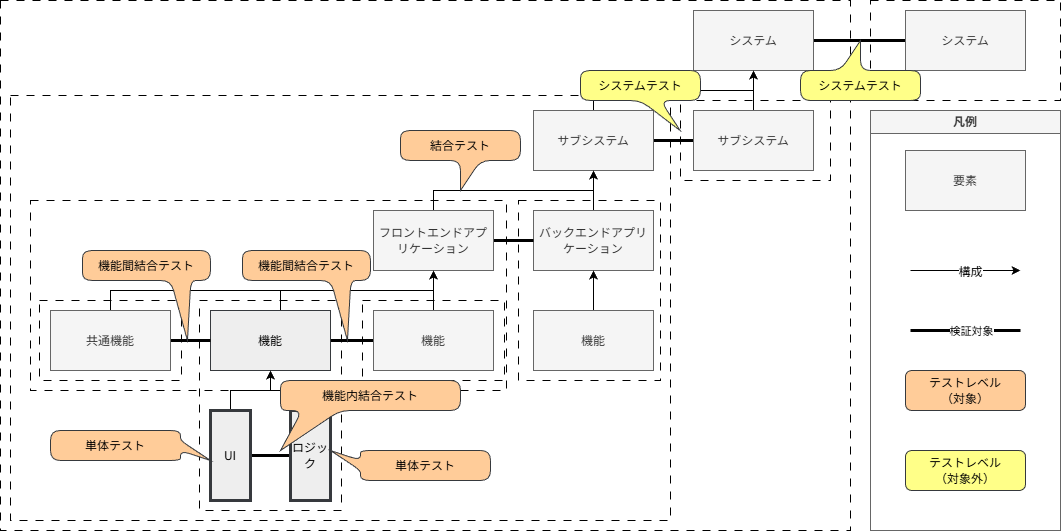
The draw.io diagram documents/contents/images/app-architecture/client-side-rendering/test-structure-overview-light.png in AlesInfiny/maris, before a commit. Source tidied: cells renumbered, new cells last; positions are measured from the earlier drawing's top-left corner, leaving out a move shared by most shapes. Source of this version:
```xml
<mxGraphModel>
  <root>
    <mxCell id="0" />
    <mxCell id="1" parent="0" />
    <mxCell id="2" style="rounded=0;whiteSpace=wrap;html=1;dashed=1;dashPattern=8 8;fontFamily=Noto Sans JP;fillColor=none;" parent="1" vertex="1">
      <mxGeometry x="30" y="200" width="476" height="190" as="geometry" />
    </mxCell>
    <mxCell id="3" style="rounded=0;whiteSpace=wrap;html=1;dashed=1;dashPattern=8 8;fontFamily=Noto Sans JP;fillColor=none;" parent="1" vertex="1">
      <mxGeometry width="850" height="530" as="geometry" />
    </mxCell>
    <mxCell id="4" style="rounded=0;whiteSpace=wrap;html=1;dashed=1;dashPattern=8 8;fontFamily=Noto Sans JP;fillColor=none;" parent="1" vertex="1">
      <mxGeometry x="10" y="95" width="660" height="425" as="geometry" />
    </mxCell>
    <mxCell id="5" style="rounded=0;whiteSpace=wrap;html=1;dashed=1;dashPattern=8 8;fontFamily=Noto Sans JP;fillColor=none;" parent="1" vertex="1">
      <mxGeometry x="39" y="300" width="142" height="80" as="geometry" />
    </mxCell>
    <mxCell id="6" style="rounded=0;whiteSpace=wrap;html=1;dashed=1;dashPattern=8 8;fontFamily=Noto Sans JP;fillColor=none;" parent="1" vertex="1">
      <mxGeometry x="199" y="300" width="142" height="210" as="geometry" />
    </mxCell>
    <mxCell id="7" style="rounded=0;whiteSpace=wrap;html=1;dashed=1;dashPattern=8 8;fontFamily=Noto Sans JP;fillColor=none;" parent="1" vertex="1">
      <mxGeometry x="362" y="300" width="142" height="80" as="geometry" />
    </mxCell>
    <mxCell id="8" style="rounded=0;whiteSpace=wrap;html=1;dashed=1;dashPattern=8 8;fontFamily=Noto Sans JP;fillColor=none;" parent="1" vertex="1">
      <mxGeometry x="518" y="200" width="142" height="180" as="geometry" />
    </mxCell>
    <mxCell id="9" style="rounded=0;whiteSpace=wrap;html=1;dashed=1;dashPattern=8 8;fontFamily=Noto Sans JP;fillColor=none;" parent="1" vertex="1">
      <mxGeometry x="680" y="100" width="150" height="80" as="geometry" />
    </mxCell>
    <mxCell id="10" style="rounded=0;whiteSpace=wrap;html=1;dashed=1;dashPattern=8 8;fontFamily=Noto Sans JP;fillColor=none;" parent="1" vertex="1">
      <mxGeometry x="870" width="190" height="100" as="geometry" />
    </mxCell>
    <mxCell id="11" style="edgeStyle=orthogonalEdgeStyle;rounded=0;jettySize=auto;html=1;strokeWidth=3;endArrow=none;endFill=0;" parent="1" edge="1" source="12" target="31">
      <mxGeometry relative="1" as="geometry" />
    </mxCell>
    <mxCell id="12" value="&lt;font face=&quot;Noto Sans JP&quot;&gt;システム&lt;/font&gt;" style="rounded=0;whiteSpace=wrap;html=1;fillColor=#f5f5f5;fontColor=#333333;strokeColor=#666666;" parent="1" vertex="1">
      <mxGeometry x="693" y="10" width="120" height="60" as="geometry" />
    </mxCell>
    <mxCell id="13" style="edgeStyle=orthogonalEdgeStyle;rounded=0;jettySize=auto;html=1;exitX=0.5;exitY=0;exitDx=0;exitDy=0;" parent="1" edge="1" source="15">
      <mxGeometry relative="1" as="geometry">
        <mxPoint x="753" y="70" as="targetPoint" />
        <Array as="points">
          <mxPoint x="593" y="90" />
          <mxPoint x="753" y="90" />
        </Array>
      </mxGeometry>
    </mxCell>
    <mxCell id="14" style="edgeStyle=orthogonalEdgeStyle;rounded=0;jettySize=auto;html=1;strokeWidth=3;endArrow=none;endFill=0;" parent="1" edge="1" source="15" target="17">
      <mxGeometry relative="1" as="geometry" />
    </mxCell>
    <mxCell id="15" value="&lt;font face=&quot;Noto Sans JP&quot;&gt;サブシステム&lt;/font&gt;" style="rounded=0;whiteSpace=wrap;html=1;fillColor=#f5f5f5;fontColor=#333333;strokeColor=#666666;" parent="1" vertex="1">
      <mxGeometry x="533" y="110" width="120" height="60" as="geometry" />
    </mxCell>
    <mxCell id="16" style="edgeStyle=orthogonalEdgeStyle;rounded=0;jettySize=auto;html=1;" parent="1" edge="1" source="17">
      <mxGeometry relative="1" as="geometry">
        <mxPoint x="753" y="70" as="targetPoint" />
      </mxGeometry>
    </mxCell>
    <mxCell id="17" value="&lt;font face=&quot;Noto Sans JP&quot;&gt;サブシステム&lt;/font&gt;" style="rounded=0;whiteSpace=wrap;html=1;fillColor=#f5f5f5;fontColor=#333333;strokeColor=#666666;" parent="1" vertex="1">
      <mxGeometry x="693" y="110" width="120" height="60" as="geometry" />
    </mxCell>
    <mxCell id="18" style="edgeStyle=orthogonalEdgeStyle;rounded=0;jettySize=auto;html=1;" parent="1" edge="1" source="19">
      <mxGeometry relative="1" as="geometry">
        <mxPoint x="593" y="170" as="targetPoint" />
      </mxGeometry>
    </mxCell>
    <mxCell id="19" value="&lt;font face=&quot;Noto Sans JP&quot;&gt;バックエンドアプリケーション&lt;/font&gt;" style="rounded=0;whiteSpace=wrap;html=1;fillColor=#f5f5f5;fontColor=#333333;strokeColor=#666666;" parent="1" vertex="1">
      <mxGeometry x="533" y="210" width="120" height="60" as="geometry" />
    </mxCell>
    <mxCell id="20" style="edgeStyle=orthogonalEdgeStyle;rounded=0;jettySize=auto;html=1;entryX=0.5;entryY=1;entryDx=0;entryDy=0;" parent="1" edge="1" source="22" target="15">
      <mxGeometry relative="1" as="geometry">
        <Array as="points">
          <mxPoint x="433" y="190" />
          <mxPoint x="593" y="190" />
        </Array>
      </mxGeometry>
    </mxCell>
    <mxCell id="21" style="edgeStyle=orthogonalEdgeStyle;rounded=0;jettySize=auto;html=1;strokeWidth=3;endArrow=none;endFill=0;" parent="1" edge="1" source="22" target="19">
      <mxGeometry relative="1" as="geometry" />
    </mxCell>
    <mxCell id="22" value="&lt;font face=&quot;Noto Sans JP&quot;&gt;フロントエンドアプリケーション&lt;/font&gt;" style="rounded=0;whiteSpace=wrap;html=1;fillColor=#f5f5f5;fontColor=#333333;strokeColor=#666666;" parent="1" vertex="1">
      <mxGeometry x="373" y="210" width="120" height="60" as="geometry" />
    </mxCell>
    <mxCell id="23" style="edgeStyle=orthogonalEdgeStyle;rounded=0;jettySize=auto;html=1;exitX=0.5;exitY=0;exitDx=0;exitDy=0;" parent="1" edge="1" source="25">
      <mxGeometry relative="1" as="geometry">
        <mxPoint x="433" y="270" as="targetPoint" />
        <Array as="points">
          <mxPoint x="280" y="290" />
          <mxPoint x="433" y="290" />
        </Array>
      </mxGeometry>
    </mxCell>
    <mxCell id="24" style="edgeStyle=orthogonalEdgeStyle;rounded=0;jettySize=auto;html=1;endArrow=none;endFill=0;strokeWidth=3;" parent="1" edge="1" source="25" target="27">
      <mxGeometry relative="1" as="geometry" />
    </mxCell>
    <mxCell id="25" value="&lt;font face=&quot;Noto Sans JP&quot;&gt;機能&lt;/font&gt;" style="rounded=0;whiteSpace=wrap;html=1;fillColor=#eeeeee;strokeColor=#36393d;strokeWidth=1;" parent="1" vertex="1">
      <mxGeometry x="210" y="310" width="120" height="60" as="geometry" />
    </mxCell>
    <mxCell id="26" style="edgeStyle=orthogonalEdgeStyle;rounded=0;jettySize=auto;html=1;entryX=0.5;entryY=1;entryDx=0;entryDy=0;" parent="1" edge="1" source="27" target="22">
      <mxGeometry relative="1" as="geometry" />
    </mxCell>
    <mxCell id="27" value="&lt;font face=&quot;Noto Sans JP&quot;&gt;機能&lt;/font&gt;" style="rounded=0;whiteSpace=wrap;html=1;fillColor=#f5f5f5;fontColor=#333333;strokeColor=#666666;" parent="1" vertex="1">
      <mxGeometry x="373" y="310" width="120" height="60" as="geometry" />
    </mxCell>
    <mxCell id="28" style="edgeStyle=orthogonalEdgeStyle;rounded=0;jettySize=auto;html=1;entryX=0.5;entryY=1;entryDx=0;entryDy=0;exitX=0.5;exitY=0;exitDx=0;exitDy=0;" parent="1" edge="1" source="30" target="22">
      <mxGeometry relative="1" as="geometry">
        <Array as="points">
          <mxPoint x="110" y="290" />
          <mxPoint x="433" y="290" />
        </Array>
      </mxGeometry>
    </mxCell>
    <mxCell id="29" style="edgeStyle=orthogonalEdgeStyle;rounded=0;jettySize=auto;html=1;strokeWidth=3;endArrow=none;endFill=0;" parent="1" edge="1" source="30" target="25">
      <mxGeometry relative="1" as="geometry" />
    </mxCell>
    <mxCell id="30" value="&lt;font face=&quot;Noto Sans JP&quot;&gt;共通機能&lt;/font&gt;" style="rounded=0;whiteSpace=wrap;html=1;fillColor=#f5f5f5;fontColor=#333333;strokeColor=#666666;" parent="1" vertex="1">
      <mxGeometry x="50" y="310" width="120" height="60" as="geometry" />
    </mxCell>
    <mxCell id="31" value="&lt;font face=&quot;Noto Sans JP&quot;&gt;システム&lt;/font&gt;" style="rounded=0;whiteSpace=wrap;html=1;fillColor=#f5f5f5;fontColor=#333333;strokeColor=#666666;" parent="1" vertex="1">
      <mxGeometry x="905" y="10" width="120" height="60" as="geometry" />
    </mxCell>
    <mxCell id="32" style="edgeStyle=orthogonalEdgeStyle;rounded=0;jettySize=auto;html=1;entryX=0.5;entryY=1;entryDx=0;entryDy=0;" parent="1" edge="1" source="33" target="19">
      <mxGeometry relative="1" as="geometry" />
    </mxCell>
    <mxCell id="33" value="&lt;font face=&quot;Noto Sans JP&quot;&gt;機能&lt;/font&gt;" style="rounded=0;whiteSpace=wrap;html=1;fillColor=#f5f5f5;fontColor=#333333;strokeColor=#666666;" parent="1" vertex="1">
      <mxGeometry x="533" y="310" width="120" height="60" as="geometry" />
    </mxCell>
    <mxCell id="34" value="結合テスト" style="shape=callout;whiteSpace=wrap;html=1;perimeter=calloutPerimeter;fillColor=#ffcc99;strokeColor=#36393d;fontFamily=Noto Sans JP;rounded=1;" parent="1" vertex="1">
      <mxGeometry x="400" y="130" width="120" height="60" as="geometry" />
    </mxCell>
    <mxCell id="35" value="機能間結合テスト" style="shape=callout;whiteSpace=wrap;html=1;perimeter=calloutPerimeter;fillColor=#ffcc99;strokeColor=#36393d;fontFamily=Noto Sans JP;position2=0.82;base=20;size=60;position=0.69;rounded=1;" parent="1" vertex="1">
      <mxGeometry x="242" y="250" width="128" height="90" as="geometry" />
    </mxCell>
    <mxCell id="36" style="edgeStyle=orthogonalEdgeStyle;rounded=0;jettySize=auto;html=1;strokeWidth=3;endArrow=none;endFill=0;" parent="1" edge="1" source="38" target="40">
      <mxGeometry relative="1" as="geometry" />
    </mxCell>
    <mxCell id="37" style="edgeStyle=orthogonalEdgeStyle;rounded=0;jettySize=auto;html=1;entryX=0.5;entryY=1;entryDx=0;entryDy=0;" parent="1" edge="1" source="38" target="25">
      <mxGeometry relative="1" as="geometry" />
    </mxCell>
    <mxCell id="38" value="&lt;font face=&quot;Noto Sans JP&quot;&gt;UI&lt;/font&gt;" style="rounded=0;whiteSpace=wrap;html=1;fillColor=#eeeeee;strokeColor=#36393d;strokeWidth=3;" parent="1" vertex="1">
      <mxGeometry x="210" y="410" width="40" height="90" as="geometry" />
    </mxCell>
    <mxCell id="39" style="edgeStyle=orthogonalEdgeStyle;rounded=0;jettySize=auto;html=1;entryX=0.5;entryY=1;entryDx=0;entryDy=0;" parent="1" edge="1" source="40" target="25">
      <mxGeometry relative="1" as="geometry" />
    </mxCell>
    <mxCell id="40" value="&lt;font face=&quot;Noto Sans JP&quot;&gt;ロジック&lt;/font&gt;" style="rounded=0;whiteSpace=wrap;html=1;fillColor=#eeeeee;strokeColor=#36393d;strokeWidth=3;arcSize=45;" parent="1" vertex="1">
      <mxGeometry x="290" y="410" width="40" height="90" as="geometry" />
    </mxCell>
    <mxCell id="41" value="機能間結合テスト" style="shape=callout;whiteSpace=wrap;html=1;perimeter=calloutPerimeter;fillColor=#ffcc99;strokeColor=#36393d;fontFamily=Noto Sans JP;position2=0.82;base=20;size=60;position=0.69;rounded=1;" parent="1" vertex="1">
      <mxGeometry x="82" y="250" width="128" height="90" as="geometry" />
    </mxCell>
    <mxCell id="42" value="機能内結合テスト" style="shape=callout;whiteSpace=wrap;html=1;perimeter=calloutPerimeter;fillColor=#ffcc99;strokeColor=#36393d;fontFamily=Noto Sans JP;position2=0;size=40;position=0.12;base=38;rounded=1;" parent="1" vertex="1">
      <mxGeometry x="280" y="380" width="180" height="70" as="geometry" />
    </mxCell>
    <mxCell id="43" value="単体テスト" style="shape=callout;whiteSpace=wrap;html=1;perimeter=calloutPerimeter;fillColor=#ffcc99;strokeColor=#36393d;fontFamily=Noto Sans JP;position2=0;size=30;position=0.33;base=10;direction=south;rounded=1;" parent="1" vertex="1">
      <mxGeometry x="330" y="450" width="160" height="30" as="geometry" />
    </mxCell>
    <mxCell id="44" value="単体テスト" style="shape=callout;whiteSpace=wrap;html=1;perimeter=calloutPerimeter;fillColor=#ffcc99;strokeColor=#36393d;fontFamily=Noto Sans JP;position2=0;size=30;position=0.33;base=10;direction=north;rounded=1;" parent="1" vertex="1">
      <mxGeometry x="50" y="430" width="160" height="30" as="geometry" />
    </mxCell>
    <mxCell id="45" value="凡例" style="swimlane;whiteSpace=wrap;html=1;fillColor=#f5f5f5;fontColor=#333333;strokeColor=#666666;startSize=23;" parent="1" vertex="1">
      <mxGeometry x="870" y="110" width="190" height="420" as="geometry" />
    </mxCell>
    <mxCell id="46" value="&lt;font face=&quot;Noto Sans JP&quot;&gt;要素&lt;/font&gt;" style="rounded=0;whiteSpace=wrap;html=1;fillColor=#f5f5f5;fontColor=#333333;strokeColor=#666666;" parent="45" vertex="1">
      <mxGeometry x="35" y="40" width="120" height="60" as="geometry" />
    </mxCell>
    <mxCell id="47" style="endArrow=classic;html=1;rounded=0;" parent="45" edge="1">
      <mxGeometry relative="1" as="geometry">
        <mxPoint x="40" y="160" as="sourcePoint" />
        <mxPoint x="150" y="160" as="targetPoint" />
      </mxGeometry>
    </mxCell>
    <mxCell id="48" value="&lt;font face=&quot;Noto Sans JP&quot; style=&quot;font-size: 12px;&quot;&gt;構成&lt;/font&gt;" style="edgeLabel;html=1;align=center;verticalAlign=middle;" parent="47" vertex="1">
      <mxGeometry x="0.07" relative="1" as="geometry" />
    </mxCell>
    <mxCell id="49" style="endArrow=none;html=1;rounded=0;strokeWidth=3;endFill=0;" parent="45" edge="1">
      <mxGeometry relative="1" as="geometry">
        <mxPoint x="40" y="220" as="sourcePoint" />
        <mxPoint x="150" y="220" as="targetPoint" />
      </mxGeometry>
    </mxCell>
    <mxCell id="50" value="検証対象" style="edgeLabel;html=1;align=center;verticalAlign=middle;" parent="49" vertex="1">
      <mxGeometry x="0.08" relative="1" as="geometry" />
    </mxCell>
    <mxCell id="51" value="&lt;font face=&quot;Noto Sans JP&quot;&gt;テストレベル&lt;/font&gt;&lt;div&gt;&lt;font face=&quot;Noto Sans JP&quot;&gt;（対象）&lt;/font&gt;&lt;/div&gt;" style="rounded=1;whiteSpace=wrap;html=1;fillColor=#ffcc99;strokeColor=#36393d;" parent="45" vertex="1">
      <mxGeometry x="35" y="260" width="120" height="40" as="geometry" />
    </mxCell>
    <mxCell id="52" value="&lt;font face=&quot;Noto Sans JP&quot;&gt;テストレベル&lt;/font&gt;&lt;div&gt;&lt;font face=&quot;Noto Sans JP&quot;&gt;（対象外）&lt;/font&gt;&lt;/div&gt;" style="rounded=1;whiteSpace=wrap;html=1;fillColor=#ffff88;strokeColor=#36393d;" parent="45" vertex="1">
      <mxGeometry x="35" y="340" width="120" height="40" as="geometry" />
    </mxCell>
    <mxCell id="53" value="システムテスト" style="shape=callout;whiteSpace=wrap;html=1;perimeter=calloutPerimeter;fillColor=#ffff88;strokeColor=#36393d;fontFamily=Noto Sans JP;rounded=1;position2=0.83;" parent="1" vertex="1">
      <mxGeometry x="580" y="70" width="120" height="60" as="geometry" />
    </mxCell>
    <mxCell id="54" value="システムテスト" style="shape=callout;whiteSpace=wrap;html=1;perimeter=calloutPerimeter;fillColor=#ffff88;strokeColor=#36393d;fontFamily=Noto Sans JP;rounded=1;position2=0.5;direction=west;" parent="1" vertex="1">
      <mxGeometry x="800" y="40" width="120" height="60" as="geometry" />
    </mxCell>
  </root>
</mxGraphModel>
```
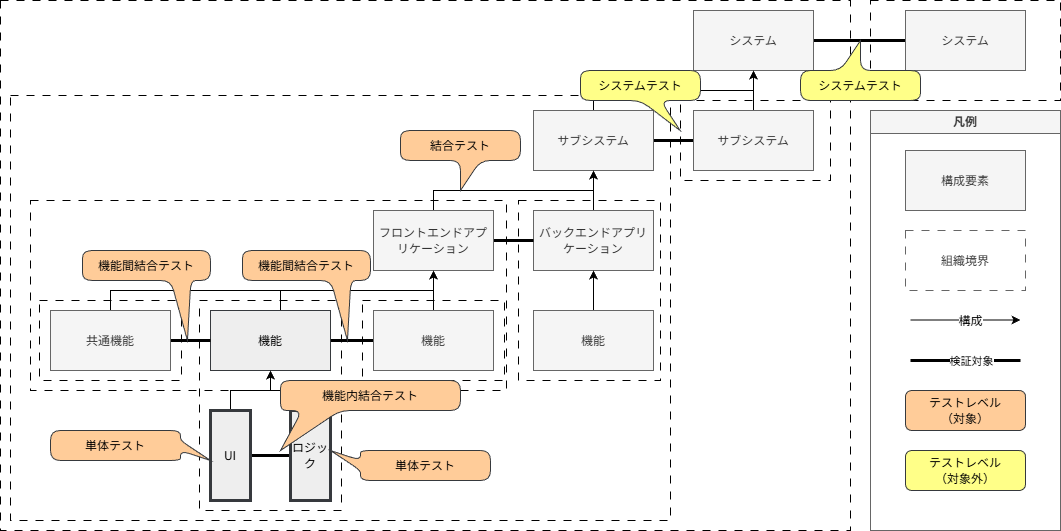
The same diagram one commit later.

Change to the diagram source:
```diff
@@ -160,13 +160,13 @@
     <mxCell id="45" value="凡例" style="swimlane;whiteSpace=wrap;html=1;fillColor=#f5f5f5;fontColor=#333333;strokeColor=#666666;startSize=23;" parent="1" vertex="1">
       <mxGeometry x="870" y="110" width="190" height="420" as="geometry" />
     </mxCell>
-    <mxCell id="46" value="&lt;font face=&quot;Noto Sans JP&quot;&gt;要素&lt;/font&gt;" style="rounded=0;whiteSpace=wrap;html=1;fillColor=#f5f5f5;fontColor=#333333;strokeColor=#666666;" parent="45" vertex="1">
+    <mxCell id="46" value="&lt;font face=&quot;Noto Sans JP&quot;&gt;構成要素&lt;/font&gt;" style="rounded=0;whiteSpace=wrap;html=1;fillColor=#f5f5f5;fontColor=#333333;strokeColor=#666666;" parent="45" vertex="1">
       <mxGeometry x="35" y="40" width="120" height="60" as="geometry" />
     </mxCell>
     <mxCell id="47" style="endArrow=classic;html=1;rounded=0;" parent="45" edge="1">
       <mxGeometry relative="1" as="geometry">
-        <mxPoint x="40" y="160" as="sourcePoint" />
-        <mxPoint x="150" y="160" as="targetPoint" />
+        <mxPoint x="40" y="209.5" as="sourcePoint" />
+        <mxPoint x="150" y="209.5" as="targetPoint" />
       </mxGeometry>
     </mxCell>
     <mxCell id="48" value="&lt;font face=&quot;Noto Sans JP&quot; style=&quot;font-size: 12px;&quot;&gt;構成&lt;/font&gt;" style="edgeLabel;html=1;align=center;verticalAlign=middle;" parent="47" vertex="1">
@@ -174,19 +174,22 @@
     </mxCell>
     <mxCell id="49" style="endArrow=none;html=1;rounded=0;strokeWidth=3;endFill=0;" parent="45" edge="1">
       <mxGeometry relative="1" as="geometry">
-        <mxPoint x="40" y="220" as="sourcePoint" />
-        <mxPoint x="150" y="220" as="targetPoint" />
+        <mxPoint x="40" y="250" as="sourcePoint" />
+        <mxPoint x="150" y="250" as="targetPoint" />
       </mxGeometry>
     </mxCell>
     <mxCell id="50" value="検証対象" style="edgeLabel;html=1;align=center;verticalAlign=middle;" parent="49" vertex="1">
       <mxGeometry x="0.08" relative="1" as="geometry" />
     </mxCell>
     <mxCell id="51" value="&lt;font face=&quot;Noto Sans JP&quot;&gt;テストレベル&lt;/font&gt;&lt;div&gt;&lt;font face=&quot;Noto Sans JP&quot;&gt;（対象）&lt;/font&gt;&lt;/div&gt;" style="rounded=1;whiteSpace=wrap;html=1;fillColor=#ffcc99;strokeColor=#36393d;" parent="45" vertex="1">
-      <mxGeometry x="35" y="260" width="120" height="40" as="geometry" />
+      <mxGeometry x="35" y="280" width="120" height="40" as="geometry" />
     </mxCell>
     <mxCell id="52" value="&lt;font face=&quot;Noto Sans JP&quot;&gt;テストレベル&lt;/font&gt;&lt;div&gt;&lt;font face=&quot;Noto Sans JP&quot;&gt;（対象外）&lt;/font&gt;&lt;/div&gt;" style="rounded=1;whiteSpace=wrap;html=1;fillColor=#ffff88;strokeColor=#36393d;" parent="45" vertex="1">
       <mxGeometry x="35" y="340" width="120" height="40" as="geometry" />
     </mxCell>
+    <mxCell id="55" value="&lt;font face=&quot;Noto Sans JP&quot;&gt;組織境界&lt;/font&gt;" style="rounded=0;whiteSpace=wrap;html=1;fillColor=none;fontColor=#333333;strokeColor=#666666;dashed=1;dashPattern=8 8;" parent="45" vertex="1">
+      <mxGeometry x="35" y="120" width="120" height="60" as="geometry" />
+    </mxCell>
     <mxCell id="53" value="システムテスト" style="shape=callout;whiteSpace=wrap;html=1;perimeter=calloutPerimeter;fillColor=#ffff88;strokeColor=#36393d;fontFamily=Noto Sans JP;rounded=1;position2=0.83;" parent="1" vertex="1">
       <mxGeometry x="580" y="70" width="120" height="60" as="geometry" />
     </mxCell>
```
